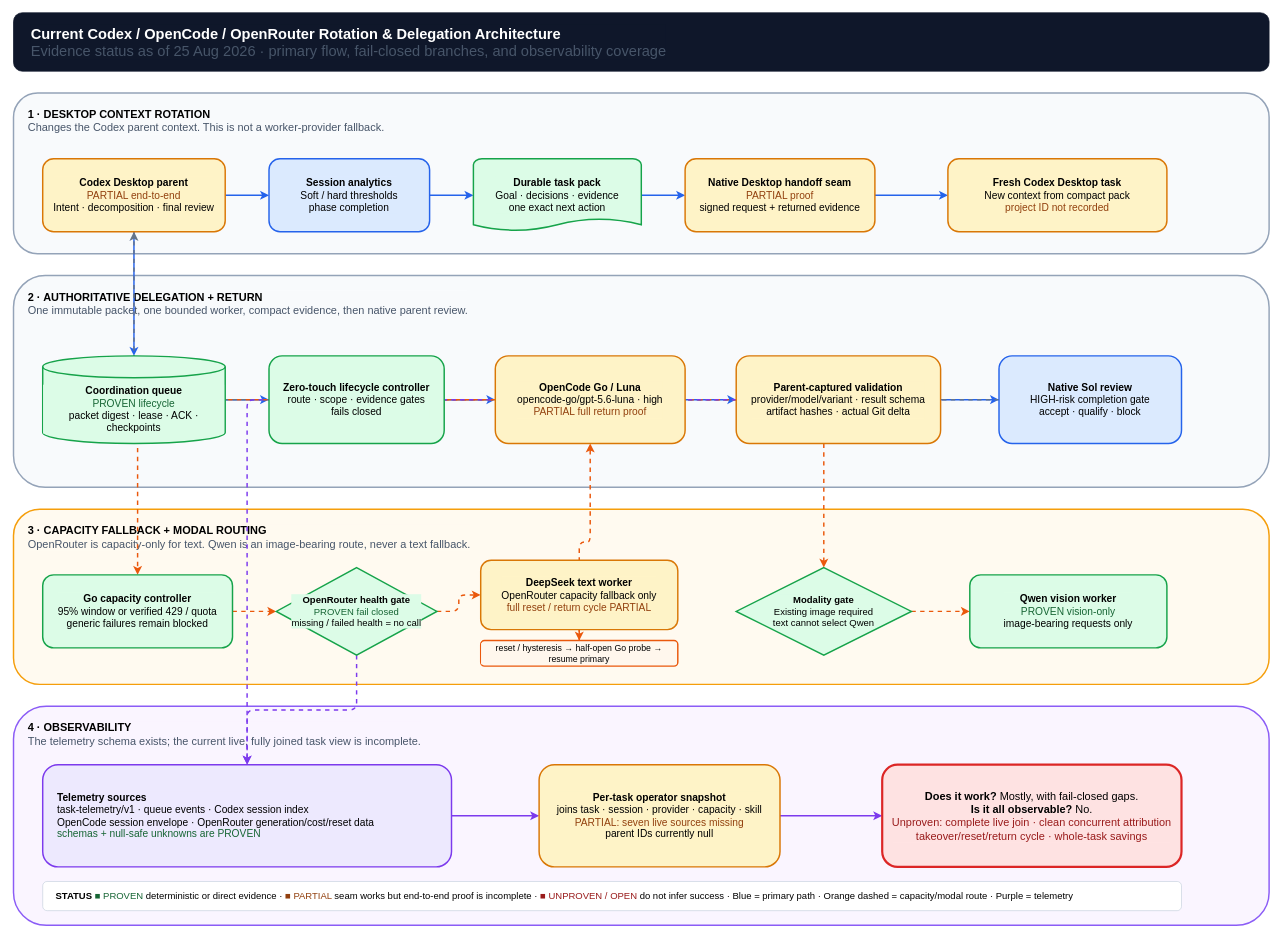
Before: public/downloads/codex-rotation-architecture.drawio in Rajeev-SG/rajeevg.com, a draw.io diagram. Source tidied: cells renumbered, new cells numbered last; positions are measured from the earlier drawing's top-left corner, leaving out a move shared by most shapes. Both pictures are drawn from the tidied source at 73%, with x=0, y=0 at pixel (13, 12).
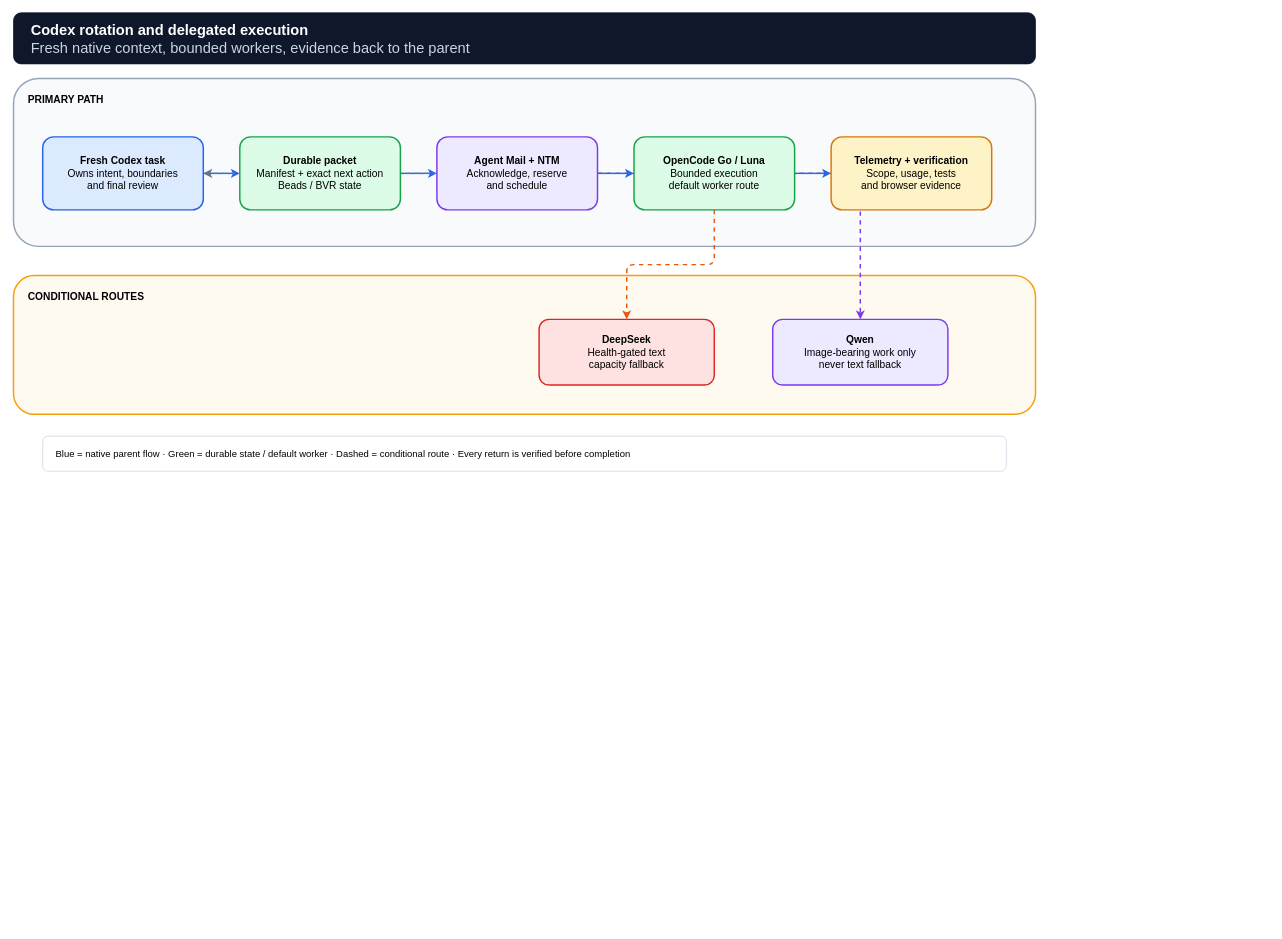
After the change.

Commit message (it also covers changes not shown here):
obs-frd: checkpoint rotation article and diagrams

What changed in the source:
```diff
@@
-    <mxCell id="2" value="&lt;b&gt;1 · DESKTOP CONTEXT ROTATION&lt;/b&gt;&lt;br&gt;&lt;font color=&quot;#475569&quot;&gt;Changes the Codex parent context. This is not a worker-provider fallback.&lt;/font&gt;" style="rounded=1;whiteSpace=wrap;html=1;align=left;verticalAlign=top;spacingTop=14;spacingLeft=18;fillColor=#f8fafc;strokeColor=#94a3b8;strokeWidth=2;fontSize=15;labelBackgroundColor=#f8fafc;" parent="1" vertex="1">
-      <mxGeometry y="110" width="1720" height="220" as="geometry" />
-    </mxCell>
-    <mxCell id="3" value="&lt;b&gt;2 · AUTHORITATIVE DELEGATION + RETURN&lt;/b&gt;&lt;br&gt;&lt;font color=&quot;#475569&quot;&gt;One immutable packet, one bounded worker, compact evidence, then native parent review.&lt;/font&gt;" style="rounded=1;whiteSpace=wrap;html=1;align=left;verticalAlign=top;spacingTop=14;spacingLeft=18;fillColor=#f8fafc;strokeColor=#94a3b8;strokeWidth=2;fontSize=15;labelBackgroundColor=#f8fafc;" parent="1" vertex="1">
-      <mxGeometry y="360" width="1720" height="290" as="geometry" />
-    </mxCell>
-    <mxCell id="4" value="&lt;b&gt;3 · CAPACITY FALLBACK + MODAL ROUTING&lt;/b&gt;&lt;br&gt;&lt;font color=&quot;#475569&quot;&gt;OpenRouter is capacity-only for text. Qwen is an image-bearing route, never a text fallback.&lt;/font&gt;" style="rounded=1;whiteSpace=wrap;html=1;align=left;verticalAlign=top;spacingTop=14;spacingLeft=18;fillColor=#fffaf0;strokeColor=#f59e0b;strokeWidth=2;fontSize=15;labelBackgroundColor=#fffaf0;" parent="1" vertex="1">
-      <mxGeometry y="680" width="1720" height="240" as="geometry" />
-    </mxCell>
-    <mxCell id="5" value="&lt;b&gt;4 · OBSERVABILITY&lt;/b&gt;&lt;br&gt;&lt;font color=&quot;#475569&quot;&gt;The telemetry schema exists; the current live, fully joined task view is incomplete.&lt;/font&gt;" style="rounded=1;whiteSpace=wrap;html=1;align=left;verticalAlign=top;spacingTop=14;spacingLeft=18;fillColor=#faf5ff;strokeColor=#8b5cf6;strokeWidth=2;fontSize=15;labelBackgroundColor=#faf5ff;" parent="1" vertex="1">
-      <mxGeometry y="950" width="1720" height="300" as="geometry" />
-    </mxCell>
+    <mxCell id="48" value="&lt;b&gt;PRIMARY PATH&lt;/b&gt;" style="rounded=1;whiteSpace=wrap;html=1;align=left;verticalAlign=top;spacingTop=14;spacingLeft=18;fillColor=#f8fafc;strokeColor=#94a3b8;strokeWidth=2;fontSize=14;labelBackgroundColor=#f8fafc;" parent="1" vertex="1">
+      <mxGeometry y="90" width="1400" height="230" as="geometry" />
+    </mxCell>
+    <mxCell id="49" value="&lt;b&gt;CONDITIONAL ROUTES&lt;/b&gt;" style="rounded=1;whiteSpace=wrap;html=1;align=left;verticalAlign=top;spacingTop=14;spacingLeft=18;fillColor=#fffaf0;strokeColor=#f59e0b;strokeWidth=2;fontSize=14;labelBackgroundColor=#fffaf0;" parent="1" vertex="1">
+      <mxGeometry y="360" width="1400" height="190" as="geometry" />
+    </mxCell>
-    <mxCell id="6" style="edgeStyle=orthogonalEdgeStyle;rounded=1;html=1;strokeColor=#2563eb;strokeWidth=2;endArrow=classic;endFill=1;" parent="1" edge="1" source="28" target="29">
+    <mxCell id="6" style="edgeStyle=orthogonalEdgeStyle;rounded=1;html=1;strokeColor=#2563eb;strokeWidth=2;endArrow=classic;endFill=1;" parent="1" edge="1" source="50" target="51">
       <mxGeometry relative="1" as="geometry" />
     </mxCell>
-    <mxCell id="7" style="edgeStyle=orthogonalEdgeStyle;rounded=1;html=1;strokeColor=#2563eb;strokeWidth=2;endArrow=classic;endFill=1;" parent="1" edge="1" source="29" target="30">
+    <mxCell id="7" style="edgeStyle=orthogonalEdgeStyle;rounded=1;html=1;strokeColor=#2563eb;strokeWidth=2;endArrow=classic;endFill=1;" parent="1" edge="1" source="51" target="52">
       <mxGeometry relative="1" as="geometry" />
     </mxCell>
-    <mxCell id="8" style="edgeStyle=orthogonalEdgeStyle;rounded=1;html=1;strokeColor=#2563eb;strokeWidth=2;endArrow=classic;endFill=1;" parent="1" edge="1" source="30" target="31">
+    <mxCell id="8" style="edgeStyle=orthogonalEdgeStyle;rounded=1;html=1;strokeColor=#2563eb;strokeWidth=2;endArrow=classic;endFill=1;" parent="1" edge="1" source="52" target="53">
       <mxGeometry relative="1" as="geometry" />
     </mxCell>
-    <mxCell id="9" style="edgeStyle=orthogonalEdgeStyle;rounded=1;html=1;strokeColor=#2563eb;strokeWidth=2;endArrow=classic;endFill=1;" parent="1" edge="1" source="31" target="32">
+    <mxCell id="9" style="edgeStyle=orthogonalEdgeStyle;rounded=1;html=1;strokeColor=#2563eb;strokeWidth=2;endArrow=classic;endFill=1;" parent="1" edge="1" source="53" target="54">
       <mxGeometry relative="1" as="geometry" />
     </mxCell>
-    <mxCell id="10" style="edgeStyle=orthogonalEdgeStyle;rounded=1;html=1;strokeColor=#2563eb;strokeWidth=2;endArrow=classic;endFill=1;" parent="1" edge="1" source="28" target="33">
+    <mxCell id="10" style="edgeStyle=orthogonalEdgeStyle;rounded=1;html=1;strokeColor=#64748b;strokeWidth=2;dashed=1;endArrow=classic;endFill=1;" parent="1" edge="1" source="54" target="50">
       <mxGeometry relative="1" as="geometry" />
     </mxCell>
-    <mxCell id="11" style="edgeStyle=orthogonalEdgeStyle;rounded=1;html=1;strokeColor=#2563eb;strokeWidth=2;endArrow=classic;endFill=1;" parent="1" edge="1" source="33" target="34">
+    <mxCell id="11" style="edgeStyle=orthogonalEdgeStyle;rounded=1;html=1;strokeColor=#ea580c;strokeWidth=2;dashed=1;endArrow=classic;endFill=1;" parent="1" edge="1" source="53" target="40">
       <mxGeometry relative="1" as="geometry" />
     </mxCell>
-    <mxCell id="12" style="edgeStyle=orthogonalEdgeStyle;rounded=1;html=1;strokeColor=#2563eb;strokeWidth=2;endArrow=classic;endFill=1;" parent="1" edge="1" source="34" target="35">
+    <mxCell id="12" style="edgeStyle=orthogonalEdgeStyle;rounded=1;html=1;strokeColor=#7c3aed;strokeWidth=2;dashed=1;endArrow=classic;endFill=1;" parent="1" edge="1" source="52" target="43">
       <mxGeometry relative="1" as="geometry" />
     </mxCell>
-    <mxCell id="13" style="edgeStyle=orthogonalEdgeStyle;rounded=1;html=1;strokeColor=#2563eb;strokeWidth=2;endArrow=classic;endFill=1;" parent="1" edge="1" source="35" target="36">
-      <mxGeometry relative="1" as="geometry" />
-    </mxCell>
-    <mxCell id="14" style="edgeStyle=orthogonalEdgeStyle;rounded=1;html=1;strokeColor=#2563eb;strokeWidth=2;endArrow=classic;endFill=1;" parent="1" edge="1" source="36" target="37">
-      <mxGeometry relative="1" as="geometry" />
-    </mxCell>
-    <mxCell id="15" style="edgeStyle=orthogonalEdgeStyle;rounded=1;html=1;strokeColor=#64748b;strokeWidth=2;dashed=1;endArrow=classic;endFill=1;" parent="1" edge="1" source="37" target="28">
-      <mxGeometry relative="1" as="geometry" />
-    </mxCell>
-    <mxCell id="16" style="edgeStyle=orthogonalEdgeStyle;rounded=1;html=1;strokeColor=#ea580c;strokeWidth=2;dashed=1;endArrow=classic;endFill=1;" parent="1" edge="1" source="35" target="38">
-      <mxGeometry relative="1" as="geometry" />
-    </mxCell>
-    <mxCell id="17" style="edgeStyle=orthogonalEdgeStyle;rounded=1;html=1;strokeColor=#ea580c;strokeWidth=2;dashed=1;endArrow=classic;endFill=1;" parent="1" edge="1" source="38" target="39">
-      <mxGeometry relative="1" as="geometry" />
-    </mxCell>
-    <mxCell id="18" style="edgeStyle=orthogonalEdgeStyle;rounded=1;html=1;strokeColor=#ea580c;strokeWidth=2;dashed=1;endArrow=classic;endFill=1;" parent="1" edge="1" source="39" target="40">
-      <mxGeometry relative="1" as="geometry" />
-    </mxCell>
-    <mxCell id="19" style="edgeStyle=orthogonalEdgeStyle;rounded=1;html=1;strokeColor=#ea580c;strokeWidth=2;dashed=1;endArrow=classic;endFill=1;" parent="1" edge="1" source="40" target="41">
-      <mxGeometry relative="1" as="geometry" />
-    </mxCell>
-    <mxCell id="20" style="edgeStyle=orthogonalEdgeStyle;rounded=1;html=1;strokeColor=#ea580c;strokeWidth=2;dashed=1;endArrow=classic;endFill=1;" parent="1" edge="1" source="41" target="35">
-      <mxGeometry relative="1" as="geometry" />
-    </mxCell>
-    <mxCell id="21" style="edgeStyle=orthogonalEdgeStyle;rounded=1;html=1;strokeColor=#ea580c;strokeWidth=2;dashed=1;endArrow=classic;endFill=1;" parent="1" edge="1" source="34" target="42">
-      <mxGeometry relative="1" as="geometry" />
-    </mxCell>
-    <mxCell id="22" style="edgeStyle=orthogonalEdgeStyle;rounded=1;html=1;strokeColor=#ea580c;strokeWidth=2;dashed=1;endArrow=classic;endFill=1;" parent="1" edge="1" source="42" target="43">
-      <mxGeometry relative="1" as="geometry" />
-    </mxCell>
-    <mxCell id="23" style="edgeStyle=orthogonalEdgeStyle;rounded=1;html=1;strokeColor=#7c3aed;strokeWidth=2;dashed=1;endArrow=classic;endFill=1;" parent="1" edge="1" source="36" target="44">
-      <mxGeometry relative="1" as="geometry" />
-    </mxCell>
-    <mxCell id="24" style="edgeStyle=orthogonalEdgeStyle;rounded=1;html=1;strokeColor=#7c3aed;strokeWidth=2;dashed=1;endArrow=classic;endFill=1;" parent="1" edge="1" source="39" target="44">
-      <mxGeometry relative="1" as="geometry" />
-    </mxCell>
-    <mxCell id="25" style="edgeStyle=orthogonalEdgeStyle;rounded=1;html=1;strokeColor=#7c3aed;strokeWidth=2;endArrow=classic;endFill=1;" parent="1" edge="1" source="44" target="45">
-      <mxGeometry relative="1" as="geometry" />
-    </mxCell>
-    <mxCell id="26" style="edgeStyle=orthogonalEdgeStyle;rounded=1;html=1;strokeColor=#7c3aed;strokeWidth=2;endArrow=classic;endFill=1;" parent="1" edge="1" source="45" target="46">
-      <mxGeometry relative="1" as="geometry" />
-    </mxCell>
-    <mxCell id="27" value="&lt;b&gt;Current Codex / OpenCode / OpenRouter Rotation &amp;amp; Delegation Architecture&lt;/b&gt;&lt;br&gt;&lt;font color=&quot;#475569&quot;&gt;Evidence status as of 25 Aug 2026 · primary flow, fail-closed branches, and observability coverage&lt;/font&gt;" style="rounded=1;whiteSpace=wrap;html=1;align=left;verticalAlign=middle;spacingLeft=22;fillColor=#0f172a;strokeColor=#0f172a;fontColor=#ffffff;fontSize=20;labelBackgroundColor=#0f172a;" parent="1" vertex="1">
-      <mxGeometry width="1720" height="80" as="geometry" />
+    <mxCell id="27" value="&lt;b&gt;Codex rotation and delegated execution&lt;/b&gt;&lt;br&gt;&lt;font color=&quot;#cbd5e1&quot;&gt;Fresh native context, bounded workers, evidence back to the parent&lt;/font&gt;" style="rounded=1;whiteSpace=wrap;html=1;align=left;spacingLeft=22;fillColor=#0f172a;strokeColor=#0f172a;fontColor=#ffffff;fontSize=20;labelBackgroundColor=#0f172a;" parent="1" vertex="1">
+      <mxGeometry width="1400" height="70" as="geometry" />
     </mxCell>
-    <mxCell id="28" value="&lt;b&gt;Codex Desktop parent&lt;/b&gt;&lt;br&gt;&lt;font color=&quot;#92400e&quot;&gt;PARTIAL end-to-end&lt;/font&gt;&lt;br&gt;Intent · decomposition · final review" style="rounded=1;whiteSpace=wrap;html=1;fillColor=#fef3c7;strokeColor=#d97706;strokeWidth=2;fontSize=14;labelBackgroundColor=#fef3c7;" parent="1" vertex="1">
-      <mxGeometry x="40" y="200" width="250" height="100" as="geometry" />
-    </mxCell>
-    <mxCell id="29" value="&lt;b&gt;Session analytics&lt;/b&gt;&lt;br&gt;Soft / hard thresholds&lt;br&gt;phase completion" style="rounded=1;whiteSpace=wrap;html=1;fillColor=#dbeafe;strokeColor=#2563eb;strokeWidth=2;fontSize=14;labelBackgroundColor=#dbeafe;" parent="1" vertex="1">
-      <mxGeometry x="350" y="200" width="220" height="100" as="geometry" />
-    </mxCell>
-    <mxCell id="30" value="&lt;b&gt;Durable task pack&lt;/b&gt;&lt;br&gt;Goal · decisions · evidence&lt;br&gt;one exact next action" style="shape=mxgraph.flowchart.document;whiteSpace=wrap;html=1;fillColor=#dcfce7;strokeColor=#16a34a;strokeWidth=2;fontSize=14;labelBackgroundColor=#dcfce7;" parent="1" vertex="1">
-      <mxGeometry x="630" y="200" width="230" height="100" as="geometry" />
-    </mxCell>
-    <mxCell id="31" value="&lt;b&gt;Native Desktop handoff seam&lt;/b&gt;&lt;br&gt;&lt;font color=&quot;#92400e&quot;&gt;PARTIAL proof&lt;/font&gt;&lt;br&gt;signed request + returned evidence" style="rounded=1;whiteSpace=wrap;html=1;fillColor=#fef3c7;strokeColor=#d97706;strokeWidth=2;fontSize=14;labelBackgroundColor=#fef3c7;" parent="1" vertex="1">
-      <mxGeometry x="920" y="200" width="260" height="100" as="geometry" />
-    </mxCell>
-    <mxCell id="32" value="&lt;b&gt;Fresh Codex Desktop task&lt;/b&gt;&lt;br&gt;New context from compact pack&lt;br&gt;&lt;font color=&quot;#92400e&quot;&gt;project ID not recorded&lt;/font&gt;" style="rounded=1;whiteSpace=wrap;html=1;fillColor=#fef3c7;strokeColor=#d97706;strokeWidth=2;fontSize=14;labelBackgroundColor=#fef3c7;" parent="1" vertex="1">
-      <mxGeometry x="1280" y="200" width="300" height="100" as="geometry" />
-    </mxCell>
-    <mxCell id="33" value="&lt;b&gt;Coordination queue&lt;/b&gt;&lt;br&gt;&lt;font color=&quot;#166534&quot;&gt;PROVEN lifecycle&lt;/font&gt;&lt;br&gt;packet digest · lease · ACK · checkpoints" style="shape=cylinder3;whiteSpace=wrap;html=1;boundedLbl=1;backgroundOutline=1;fillColor=#dcfce7;strokeColor=#16a34a;strokeWidth=2;fontSize=14;labelBackgroundColor=#dcfce7;" parent="1" vertex="1">
-      <mxGeometry x="40" y="470" width="250" height="120" as="geometry" />
-    </mxCell>
-    <mxCell id="34" value="&lt;b&gt;Zero-touch lifecycle controller&lt;/b&gt;&lt;br&gt;route · scope · evidence gates&lt;br&gt;fails closed" style="rounded=1;whiteSpace=wrap;html=1;fillColor=#dcfce7;strokeColor=#16a34a;strokeWidth=2;fontSize=14;labelBackgroundColor=#dcfce7;" parent="1" vertex="1">
-      <mxGeometry x="350" y="470" width="240" height="120" as="geometry" />
-    </mxCell>
-    <mxCell id="35" value="&lt;b&gt;OpenCode Go / Luna&lt;/b&gt;&lt;br&gt;opencode-go/gpt-5.6-luna · high&lt;br&gt;&lt;font color=&quot;#92400e&quot;&gt;PARTIAL full return proof&lt;/font&gt;" style="rounded=1;whiteSpace=wrap;html=1;fillColor=#fef3c7;strokeColor=#d97706;strokeWidth=2;fontSize=14;labelBackgroundColor=#fef3c7;" parent="1" vertex="1">
-      <mxGeometry x="660" y="470" width="260" height="120" as="geometry" />
-    </mxCell>
-    <mxCell id="36" value="&lt;b&gt;Parent-captured validation&lt;/b&gt;&lt;br&gt;provider/model/variant · result schema&lt;br&gt;artifact hashes · actual Git delta" style="rounded=1;whiteSpace=wrap;html=1;fillColor=#fef3c7;strokeColor=#d97706;strokeWidth=2;fontSize=14;labelBackgroundColor=#fef3c7;" parent="1" vertex="1">
-      <mxGeometry x="990" y="470" width="280" height="120" as="geometry" />
-    </mxCell>
-    <mxCell id="37" value="&lt;b&gt;Native Sol review&lt;/b&gt;&lt;br&gt;HIGH-risk completion gate&lt;br&gt;accept · qualify · block" style="rounded=1;whiteSpace=wrap;html=1;fillColor=#dbeafe;strokeColor=#2563eb;strokeWidth=2;fontSize=14;labelBackgroundColor=#dbeafe;" parent="1" vertex="1">
-      <mxGeometry x="1350" y="470" width="250" height="120" as="geometry" />
-    </mxCell>
-    <mxCell id="38" value="&lt;b&gt;Go capacity controller&lt;/b&gt;&lt;br&gt;95% window or verified 429 / quota&lt;br&gt;generic failures remain blocked" style="rounded=1;whiteSpace=wrap;html=1;fillColor=#dcfce7;strokeColor=#16a34a;strokeWidth=2;fontSize=14;labelBackgroundColor=#dcfce7;" parent="1" vertex="1">
-      <mxGeometry x="40" y="770" width="260" height="100" as="geometry" />
-    </mxCell>
-    <mxCell id="39" value="&lt;b&gt;OpenRouter health gate&lt;/b&gt;&lt;br&gt;&lt;font color=&quot;#166534&quot;&gt;PROVEN fail closed&lt;/font&gt;&lt;br&gt;missing / failed health = no call" style="rhombus;whiteSpace=wrap;html=1;fillColor=#dcfce7;strokeColor=#16a34a;strokeWidth=2;fontSize=13;labelBackgroundColor=#dcfce7;" parent="1" vertex="1">
-      <mxGeometry x="360" y="760" width="220" height="120" as="geometry" />
-    </mxCell>
+    <mxCell id="50" value="&lt;b&gt;Fresh Codex task&lt;/b&gt;&lt;br&gt;Owns intent, boundaries&lt;br&gt;and final review" style="rounded=1;whiteSpace=wrap;html=1;fillColor=#dbeafe;strokeColor=#2563eb;strokeWidth=2;fontSize=14;labelBackgroundColor=#dbeafe;" parent="1" vertex="1">
+      <mxGeometry x="40" y="170" width="220" height="100" as="geometry" />
+    </mxCell>
+    <mxCell id="51" value="&lt;b&gt;Durable packet&lt;/b&gt;&lt;br&gt;Manifest + exact next action&lt;br&gt;Beads / BVR state" style="rounded=1;whiteSpace=wrap;html=1;fillColor=#dcfce7;strokeColor=#16a34a;strokeWidth=2;fontSize=14;labelBackgroundColor=#dcfce7;" parent="1" vertex="1">
+      <mxGeometry x="310" y="170" width="220" height="100" as="geometry" />
+    </mxCell>
+    <mxCell id="52" value="&lt;b&gt;Agent Mail + NTM&lt;/b&gt;&lt;br&gt;Acknowledge, reserve&lt;br&gt;and schedule" style="rounded=1;whiteSpace=wrap;html=1;fillColor=#ede9fe;strokeColor=#7c3aed;strokeWidth=2;fontSize=14;labelBackgroundColor=#ede9fe;" parent="1" vertex="1">
+      <mxGeometry x="580" y="170" width="220" height="100" as="geometry" />
+    </mxCell>
+    <mxCell id="53" value="&lt;b&gt;OpenCode Go / Luna&lt;/b&gt;&lt;br&gt;Bounded execution&lt;br&gt;default worker route" style="rounded=1;whiteSpace=wrap;html=1;fillColor=#dcfce7;strokeColor=#16a34a;strokeWidth=2;fontSize=14;labelBackgroundColor=#dcfce7;" parent="1" vertex="1">
+      <mxGeometry x="850" y="170" width="220" height="100" as="geometry" />
+    </mxCell>
+    <mxCell id="54" value="&lt;b&gt;Telemetry + verification&lt;/b&gt;&lt;br&gt;Scope, usage, tests&lt;br&gt;and browser evidence" style="rounded=1;whiteSpace=wrap;html=1;fillColor=#fef3c7;strokeColor=#d97706;strokeWidth=2;fontSize=14;labelBackgroundColor=#fef3c7;" parent="1" vertex="1">
+      <mxGeometry x="1120" y="170" width="220" height="100" as="geometry" />
+    </mxCell>
-    <mxCell id="40" value="&lt;b&gt;DeepSeek text worker&lt;/b&gt;&lt;br&gt;OpenRouter capacity fallback only&lt;br&gt;&lt;font color=&quot;#92400e&quot;&gt;full reset / return cycle PARTIAL&lt;/font&gt;" style="rounded=1;whiteSpace=wrap;html=1;fillColor=#fef3c7;strokeColor=#d97706;strokeWidth=2;fontSize=14;labelBackgroundColor=#fef3c7;" parent="1" vertex="1">
-      <mxGeometry x="640" y="750" width="270" height="95" as="geometry" />
+    <mxCell id="40" value="&lt;b&gt;DeepSeek&lt;/b&gt;&lt;br&gt;Health-gated text&lt;br&gt;capacity fallback" style="rounded=1;whiteSpace=wrap;html=1;fillColor=#fee2e2;strokeColor=#dc2626;strokeWidth=2;fontSize=14;labelBackgroundColor=#fee2e2;" parent="1" vertex="1">
+      <mxGeometry x="720" y="420" width="240" height="90" as="geometry" />
     </mxCell>
-    <mxCell id="41" value="reset / hysteresis → half-open Go probe → resume primary" style="rounded=1;whiteSpace=wrap;html=1;fillColor=#fff7ed;strokeColor=#ea580c;strokeWidth=2;fontSize=12;labelBackgroundColor=#fff7ed;" parent="1" vertex="1">
-      <mxGeometry x="640" y="860" width="270" height="35" as="geometry" />
-    </mxCell>
-    <mxCell id="42" value="&lt;b&gt;Modality gate&lt;/b&gt;&lt;br&gt;Existing image required&lt;br&gt;text cannot select Qwen" style="rhombus;whiteSpace=wrap;html=1;fillColor=#dcfce7;strokeColor=#16a34a;strokeWidth=2;fontSize=13;labelBackgroundColor=#dcfce7;" parent="1" vertex="1">
-      <mxGeometry x="990" y="760" width="240" height="120" as="geometry" />
-    </mxCell>
-    <mxCell id="43" value="&lt;b&gt;Qwen vision worker&lt;/b&gt;&lt;br&gt;&lt;font color=&quot;#166534&quot;&gt;PROVEN vision-only&lt;/font&gt;&lt;br&gt;image-bearing requests only" style="rounded=1;whiteSpace=wrap;html=1;fillColor=#dcfce7;strokeColor=#16a34a;strokeWidth=2;fontSize=14;labelBackgroundColor=#dcfce7;" parent="1" vertex="1">
-      <mxGeometry x="1310" y="770" width="270" height="100" as="geometry" />
+    <mxCell id="43" value="&lt;b&gt;Qwen&lt;/b&gt;&lt;br&gt;Image-bearing work only&lt;br&gt;never text fallback" style="rounded=1;whiteSpace=wrap;html=1;fillColor=#ede9fe;strokeColor=#7c3aed;strokeWidth=2;fontSize=14;labelBackgroundColor=#ede9fe;" parent="1" vertex="1">
+      <mxGeometry x="1040" y="420" width="240" height="90" as="geometry" />
     </mxCell>
-    <mxCell id="44" value="&lt;b&gt;Telemetry sources&lt;/b&gt;&lt;br&gt;task-telemetry/v1 · queue events · Codex session index&lt;br&gt;OpenCode session envelope · OpenRouter generation/cost/reset data&lt;br&gt;&lt;font color=&quot;#166534&quot;&gt;schemas + null-safe unknowns are PROVEN&lt;/font&gt;" style="rounded=1;whiteSpace=wrap;html=1;align=left;spacingLeft=18;fillColor=#ede9fe;strokeColor=#7c3aed;strokeWidth=2;fontSize=14;labelBackgroundColor=#ede9fe;" parent="1" vertex="1">
-      <mxGeometry x="40" y="1030" width="560" height="140" as="geometry" />
-    </mxCell>
-    <mxCell id="45" value="&lt;b&gt;Per-task operator snapshot&lt;/b&gt;&lt;br&gt;joins task · session · provider · capacity · skill&lt;br&gt;&lt;font color=&quot;#92400e&quot;&gt;PARTIAL: seven live sources missing&lt;/font&gt;&lt;br&gt;parent IDs currently null" style="rounded=1;whiteSpace=wrap;html=1;fillColor=#fef3c7;strokeColor=#d97706;strokeWidth=2;fontSize=14;labelBackgroundColor=#fef3c7;" parent="1" vertex="1">
-      <mxGeometry x="720" y="1030" width="330" height="140" as="geometry" />
-    </mxCell>
-    <mxCell id="46" value="&lt;b&gt;Does it work?&lt;/b&gt; Mostly, with fail-closed gaps.&lt;br&gt;&lt;b&gt;Is it all observable?&lt;/b&gt; No.&lt;br&gt;&lt;font color=&quot;#991b1b&quot;&gt;Unproven: complete live join · clean concurrent attribution&lt;br&gt;takeover/reset/return cycle · whole-task savings&lt;/font&gt;" style="rounded=1;whiteSpace=wrap;html=1;fillColor=#fee2e2;strokeColor=#dc2626;strokeWidth=3;fontSize=15;labelBackgroundColor=#fee2e2;" parent="1" vertex="1">
-      <mxGeometry x="1190" y="1030" width="410" height="140" as="geometry" />
-    </mxCell>
-    <mxCell id="47" value="&lt;b&gt;STATUS&lt;/b&gt;  &lt;font color=&quot;#166534&quot;&gt;■ PROVEN&lt;/font&gt;  deterministic or direct evidence   ·   &lt;font color=&quot;#92400e&quot;&gt;■ PARTIAL&lt;/font&gt;  seam works but end-to-end proof is incomplete   ·   &lt;font color=&quot;#991b1b&quot;&gt;■ UNPROVEN / OPEN&lt;/font&gt;  do not infer success   ·   Blue = primary path   ·   Orange dashed = capacity/modal route   ·   Purple = telemetry" style="rounded=1;whiteSpace=wrap;html=1;align=left;spacingLeft=16;fillColor=#ffffff;strokeColor=#cbd5e1;fontSize=13;labelBackgroundColor=#ffffff;" parent="1" vertex="1">
-      <mxGeometry x="40" y="1190" width="1560" height="40" as="geometry" />
+    <mxCell id="47" value="Blue = native parent flow   ·   Green = durable state / default worker   ·   Dashed = conditional route   ·   Every return is verified before completion" style="rounded=1;whiteSpace=wrap;html=1;align=left;spacingLeft=16;fillColor=#ffffff;strokeColor=#cbd5e1;fontSize=13;labelBackgroundColor=#ffffff;" parent="1" vertex="1">
+      <mxGeometry x="40" y="580" width="1320" height="48" as="geometry" />
     </mxCell>
```
